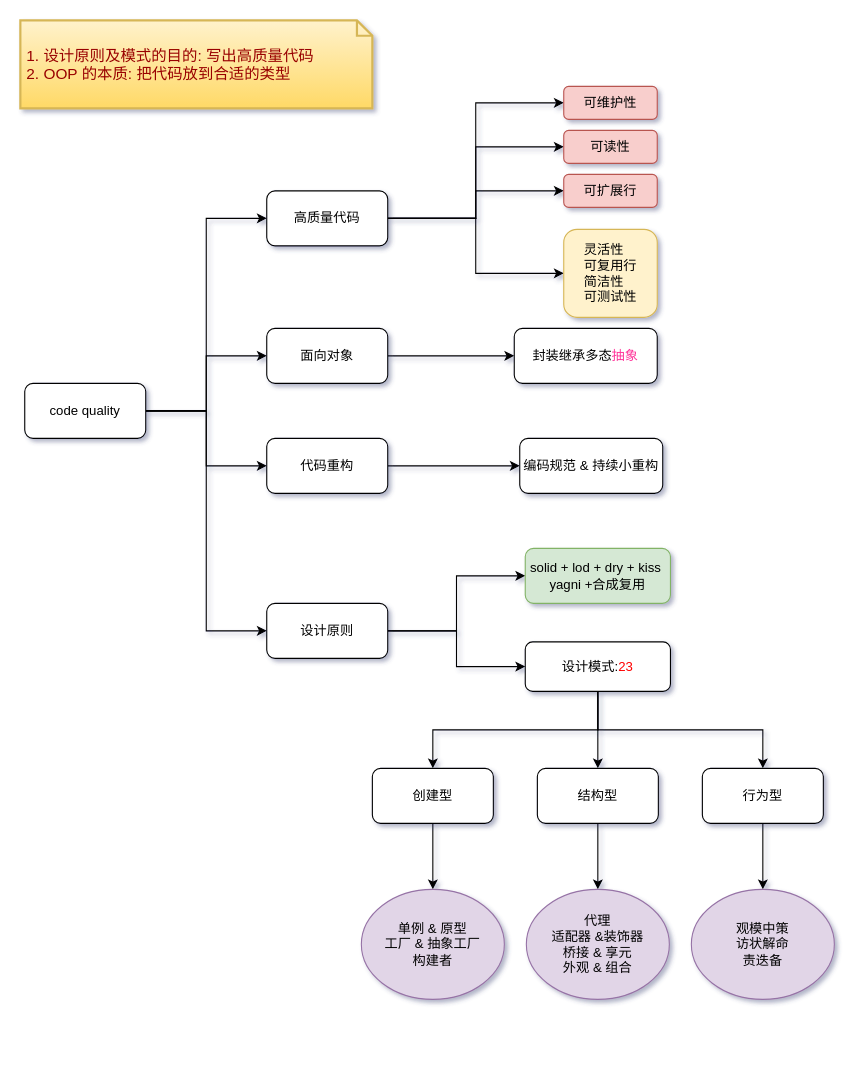
The draw.io diagram digrams/pattern/01.pattern-overview.drawio in Alice52/diagrams, before the edit. Source tidied: cells renumbered, new cells numbered last; positions are measured from the earlier drawing's top-left corner, leaving out a move shared by most shapes. Both pictures are drawn from the tidied source at 110%, with x=0, y=0 at pixel (20, 20).
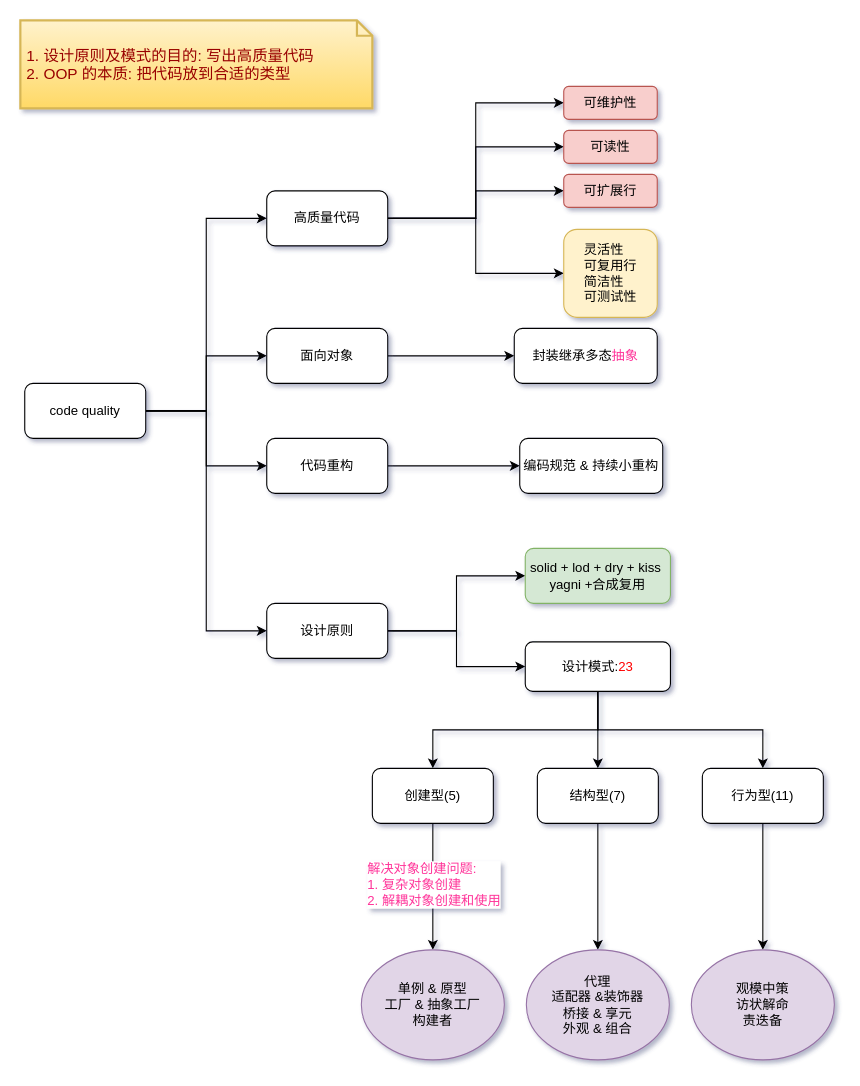
After the change.

The change refers to these unchanged cells:
```xml
<mxCell id="30" style="edgeStyle=orthogonalEdgeStyle;rounded=0;jettySize=auto;html=1;" parent="1" edge="1" source="31" target="36">
  <mxGeometry relative="1" as="geometry" />
</mxCell>
```

The edit, as a diff of the source:
```diff
@@
+    <mxCell id="40" value="&lt;div style=&quot;text-align: left ; font-size: 12px&quot;&gt;&lt;font style=&quot;font-size: 12px&quot;&gt;解决对象创建问题:&lt;/font&gt;&lt;/div&gt;&lt;div style=&quot;text-align: left ; font-size: 12px&quot;&gt;&lt;font style=&quot;font-size: 12px&quot;&gt;1. 复杂对象创建&lt;/font&gt;&lt;/div&gt;&lt;div style=&quot;text-align: left ; font-size: 12px&quot;&gt;&lt;font style=&quot;font-size: 12px&quot;&gt;2. 解耦对象创建和使用&lt;/font&gt;&lt;/div&gt;" style="edgeLabel;html=1;align=center;verticalAlign=middle;fontColor=#FF3399;" parent="30" vertex="1">
+      <mxGeometry x="-0.21" y="1" relative="1" as="geometry">
+        <mxPoint x="-1" y="10" as="offset" />
+      </mxGeometry>
+    </mxCell>
-    <mxCell id="31" value="创建型" style="rounded=1;whiteSpace=wrap;html=1;" parent="1" vertex="1">
+    <mxCell id="31" value="创建型(5)" style="rounded=1;whiteSpace=wrap;html=1;" parent="1" vertex="1">
       <mxGeometry x="320" y="680" width="110" height="50" as="geometry" />
     </mxCell>
@@
-    <mxCell id="33" value="结构型" style="rounded=1;whiteSpace=wrap;html=1;" parent="1" vertex="1">
+    <mxCell id="33" value="结构型(7)" style="rounded=1;whiteSpace=wrap;html=1;" parent="1" vertex="1">
       <mxGeometry x="470" y="680" width="110" height="50" as="geometry" />
     </mxCell>
@@
-    <mxCell id="35" value="行为型" style="rounded=1;whiteSpace=wrap;html=1;" parent="1" vertex="1">
+    <mxCell id="35" value="行为型(11)" style="rounded=1;whiteSpace=wrap;html=1;" parent="1" vertex="1">
       <mxGeometry x="620" y="680" width="110" height="50" as="geometry" />
     </mxCell>
     <mxCell id="36" value="&lt;span&gt;单例 &amp;amp;&amp;nbsp;&lt;/span&gt;&lt;span&gt;原型&lt;/span&gt;&lt;br&gt;&lt;span&gt;工厂 &amp;amp;&amp;nbsp;&lt;/span&gt;&lt;span&gt;抽象工厂&lt;/span&gt;&lt;br&gt;&lt;span&gt;构建者&lt;/span&gt;" style="ellipse;whiteSpace=wrap;html=1;rounded=1;align=center;fillColor=#e1d5e7;strokeColor=#9673a6;" parent="1" vertex="1">
-      <mxGeometry x="310" y="790" width="130" height="100" as="geometry" />
+      <mxGeometry x="310" y="845" width="130" height="100" as="geometry" />
     </mxCell>
     <mxCell id="37" value="代理&lt;br&gt;适配器 &amp;amp;装饰器&lt;br&gt;桥接 &amp;amp; 享元&lt;br&gt;外观 &amp;amp; 组合" style="ellipse;whiteSpace=wrap;html=1;rounded=1;align=center;fillColor=#e1d5e7;strokeColor=#9673a6;" parent="1" vertex="1">
-      <mxGeometry x="460" y="790" width="130" height="100" as="geometry" />
+      <mxGeometry x="460" y="845" width="130" height="100" as="geometry" />
     </mxCell>
     <mxCell id="38" value="观模中策&lt;br&gt;访状解命&lt;br&gt;责迭备" style="ellipse;whiteSpace=wrap;html=1;rounded=1;align=center;fillColor=#e1d5e7;strokeColor=#9673a6;" parent="1" vertex="1">
-      <mxGeometry x="610" y="790" width="130" height="100" as="geometry" />
+      <mxGeometry x="610" y="845" width="130" height="100" as="geometry" />
     </mxCell>
```
